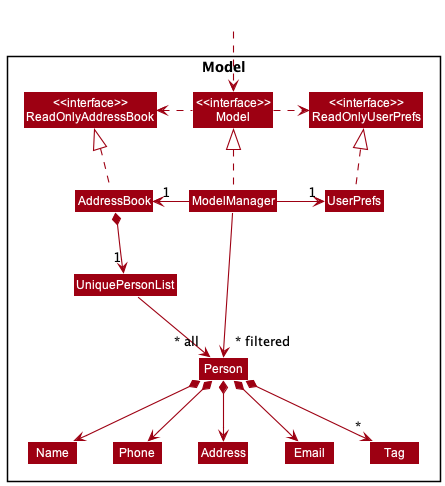
nus-cs2103-AY2223S1/tp keeps this PlantUML diagram as docs/images/ModelClassDiagram.png. Above is the earlier version.
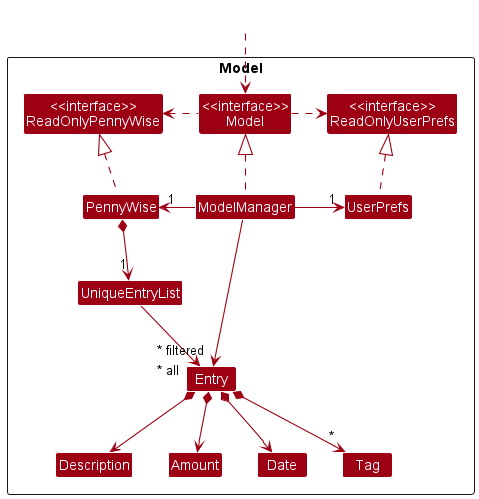
The same diagram one commit later.

Commit message:
Refactor DG for AddressBook -> PennyWise cleanup

What changed in the source:
```diff
@@ -5,19 +5,18 @@
 skinparam classBackgroundColor MODEL_COLOR
 
 Package Model <<Rectangle>>{
-Class "<<interface>>\nReadOnlyAddressBook" as ReadOnlyAddressBook
+Class "<<interface>>\nReadOnlyPennyWise" as ReadOnlyPennyWise
 Class "<<interface>>\nReadOnlyUserPrefs" as ReadOnlyUserPrefs
 Class "<<interface>>\nModel" as Model
-Class AddressBook
+Class PennyWise
 Class ModelManager
 Class UserPrefs
 
-Class UniquePersonList
-Class Person
-Class Address
-Class Email
-Class Name
-Class Phone
+Class UniqueEntryList
+Class Entry
+Class Description
+Class Amount
+Class Date
 Class Tag
 
 }
@@ -25,26 +24,24 @@
 Class HiddenOutside #FFFFFF
 HiddenOutside ..> Model
 
-AddressBook .up.|> ReadOnlyAddressBook
+PennyWise .up.|> ReadOnlyPennyWise
 
 ModelManager .up.|> Model
 Model .right.> ReadOnlyUserPrefs
-Model .left.> ReadOnlyAddressBook
-ModelManager -left-> "1" AddressBook
+Model .left.> ReadOnlyPennyWise
+ModelManager -left-> "1" PennyWise
 ModelManager -right-> "1" UserPrefs
 UserPrefs .up.|> ReadOnlyUserPrefs
 
-AddressBook *--> "1" UniquePersonList
-UniquePersonList --> "~* all" Person
-Person *--> Name
-Person *--> Phone
-Person *--> Email
-Person *--> Address
-Person *--> "*" Tag
+PennyWise *--> "1" UniqueEntryList
+UniqueEntryList --> "~* all" Entry
+Entry *--> Description
+Entry *--> Amount
+Entry *--> Date
+Entry *--> "*" Tag
 
-Name -[hidden]right-> Phone
-Phone -[hidden]right-> Address
-Address -[hidden]right-> Email
+Description -[hidden]right-> Amount
+Amount -[hidden]right-> Date
 
-ModelManager -->"~* filtered" Person
+ModelManager -->"~* filtered" Entry
 @enduml
```
